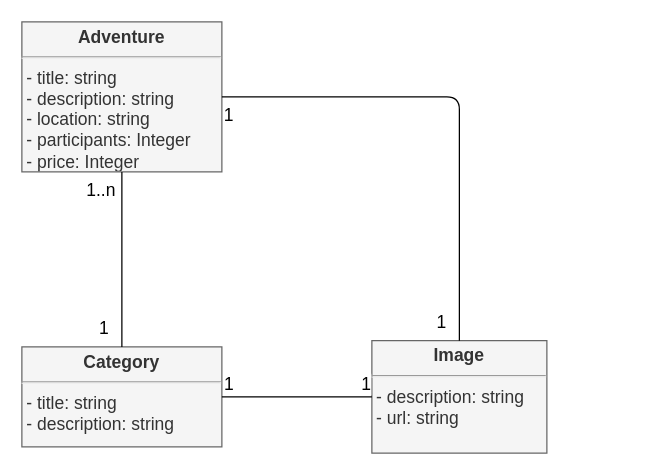
Ketut38/P9-wild-adventures keeps this draw.io diagram as fonctionnel/ms-category-class-diagram.drawio. Above is the earlier version. Source tidied: cells renumbered, new cells numbered last; positions are measured from the earlier drawing's top-left corner, leaving out a move shared by most shapes. Both pictures are drawn from the tidied source at 125%, with x=0, y=0 at pixel (21, 21).
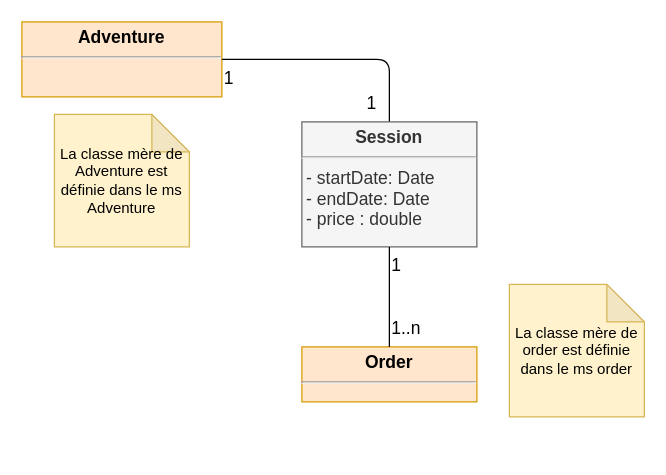
The same diagram, later.

The edit, as a diff of the source:
```diff
@@
 <mxGraphModel>
   <root>
     <mxCell id="0" />
     <mxCell id="1" parent="0" />
-    <mxCell id="2" value="&lt;p style=&quot;margin: 4px 0px 0px ; text-align: center ; font-size: 14px&quot;&gt;&lt;b style=&quot;font-size: 14px&quot;&gt;&lt;font style=&quot;font-size: 14px&quot;&gt;Category&lt;/font&gt;&lt;/b&gt;&lt;/p&gt;&lt;hr style=&quot;font-size: 14px&quot;&gt;&lt;p style=&quot;margin: 0px 0px 0px 4px ; font-size: 14px&quot;&gt;&lt;span style=&quot;font-size: 14px&quot;&gt;- title: string&lt;/span&gt;&lt;br style=&quot;font-size: 14px&quot;&gt;&lt;/p&gt;&lt;p style=&quot;margin: 0px 0px 0px 4px ; font-size: 14px&quot;&gt;&lt;font style=&quot;font-size: 14px&quot;&gt;- description: string&lt;br style=&quot;font-size: 14px&quot;&gt;&lt;/font&gt;&lt;/p&gt;&lt;p style=&quot;margin: 0px 0px 0px 4px ; font-size: 14px&quot;&gt;&lt;br&gt;&lt;/p&gt;" style="verticalAlign=top;align=left;overflow=fill;fontSize=14;fontFamily=Helvetica;html=1;fillColor=#f5f5f5;strokeColor=#666666;fontColor=#333333;" parent="1" vertex="1">
-      <mxGeometry y="260" width="160" height="80" as="geometry" />
-    </mxCell>
-    <mxCell id="3" value="&lt;p style=&quot;margin: 4px 0px 0px ; text-align: center ; font-size: 14px&quot;&gt;&lt;b style=&quot;font-size: 14px&quot;&gt;&lt;font style=&quot;font-size: 14px&quot;&gt;Adventure&lt;/font&gt;&lt;/b&gt;&lt;/p&gt;&lt;hr style=&quot;font-size: 14px&quot;&gt;&lt;p style=&quot;margin: 0px 0px 0px 4px ; font-size: 14px&quot;&gt;&lt;span style=&quot;font-size: 14px&quot;&gt;- title: string&lt;/span&gt;&lt;br style=&quot;font-size: 14px&quot;&gt;&lt;/p&gt;&lt;p style=&quot;margin: 0px 0px 0px 4px ; font-size: 14px&quot;&gt;&lt;font style=&quot;font-size: 14px&quot;&gt;- description: string&lt;br style=&quot;font-size: 14px&quot;&gt;&lt;/font&gt;&lt;/p&gt;&lt;p style=&quot;margin: 0px 0px 0px 4px ; font-size: 14px&quot;&gt;&lt;font style=&quot;font-size: 14px&quot;&gt;- location: string&lt;/font&gt;&lt;/p&gt;&lt;p style=&quot;margin: 0px 0px 0px 4px ; font-size: 14px&quot;&gt;&lt;font style=&quot;font-size: 14px&quot;&gt;- participants: Integer&lt;br style=&quot;font-size: 14px&quot;&gt;&lt;/font&gt;&lt;/p&gt;&lt;p style=&quot;margin: 0px 0px 0px 4px ; font-size: 14px&quot;&gt;&lt;font style=&quot;font-size: 14px&quot;&gt;- price: Integer&lt;/font&gt;&lt;/p&gt;" style="verticalAlign=top;align=left;overflow=fill;fontSize=14;fontFamily=Helvetica;html=1;fillColor=#f5f5f5;strokeColor=#666666;fontColor=#333333;" parent="1" vertex="1">
-      <mxGeometry width="160" height="120" as="geometry" />
+    <mxCell id="3" value="&lt;p style=&quot;margin: 4px 0px 0px ; text-align: center ; font-size: 14px&quot;&gt;&lt;b style=&quot;font-size: 14px&quot;&gt;&lt;font style=&quot;font-size: 14px&quot;&gt;Adventure&lt;/font&gt;&lt;/b&gt;&lt;/p&gt;&lt;hr style=&quot;font-size: 14px&quot;&gt;&lt;p style=&quot;margin: 0px 0px 0px 4px ; font-size: 14px&quot;&gt;&lt;br&gt;&lt;/p&gt;" style="verticalAlign=top;align=left;overflow=fill;fontSize=14;fontFamily=Helvetica;html=1;fillColor=#ffe6cc;strokeColor=#d79b00;" parent="1" vertex="1">
+      <mxGeometry width="160" height="60" as="geometry" />
     </mxCell>
-    <mxCell id="4" style="endArrow=none;html=1;endSize=12;startArrow=none;startSize=14;startFill=0;edgeStyle=orthogonalEdgeStyle;exitX=0.5;exitY=1;exitDx=0;exitDy=0;endFill=0;fontSize=14;" parent="1" edge="1" source="3">
-      <mxGeometry y="-20" relative="1" as="geometry">
-        <mxPoint x="80" y="260" as="targetPoint" />
-      </mxGeometry>
-    </mxCell>
-    <mxCell id="5" value="1..n" style="html=1;align=left;verticalAlign=top;labelBackgroundColor=#ffffff;fontSize=14;" parent="4" vertex="1">
-      <mxGeometry x="-1" relative="1" as="geometry">
-        <mxPoint x="-30" as="offset" />
-      </mxGeometry>
-    </mxCell>
-    <mxCell id="6" value="1" style="html=1;align=right;verticalAlign=top;labelBackgroundColor=#ffffff;fontSize=14;" parent="4" vertex="1">
-      <mxGeometry x="1" relative="1" as="geometry">
-        <mxPoint x="-10" y="-30" as="offset" />
-      </mxGeometry>
-    </mxCell>
-    <mxCell id="7" value="&lt;p style=&quot;margin: 4px 0px 0px ; text-align: center ; font-size: 14px&quot;&gt;&lt;b style=&quot;font-size: 14px&quot;&gt;&lt;font style=&quot;font-size: 14px&quot;&gt;Image&lt;/font&gt;&lt;/b&gt;&lt;/p&gt;&lt;hr style=&quot;font-size: 14px&quot;&gt;&lt;p style=&quot;margin: 0px 0px 0px 4px ; font-size: 14px&quot;&gt;&lt;/p&gt;&lt;span style=&quot;font-size: 14px&quot;&gt;&amp;nbsp;- description: string&lt;br style=&quot;font-size: 14px&quot;&gt;&amp;nbsp;- url: string&lt;br&gt;&lt;br&gt;&lt;br style=&quot;font-size: 14px&quot;&gt;&lt;/span&gt;" style="verticalAlign=top;align=left;overflow=fill;fontSize=14;fontFamily=Helvetica;html=1;fillColor=#f5f5f5;strokeColor=#666666;fontColor=#333333;" parent="1" vertex="1">
-      <mxGeometry x="280" y="255" width="140" height="90" as="geometry" />
-    </mxCell>
-    <mxCell id="8" style="endArrow=none;html=1;endSize=12;startArrow=none;startSize=14;startFill=0;edgeStyle=orthogonalEdgeStyle;endFill=0;fontSize=14;entryX=1;entryY=0.5;entryDx=0;entryDy=0;" parent="1" edge="1" source="7" target="2">
-      <mxGeometry y="-20" relative="1" as="geometry" />
-    </mxCell>
-    <mxCell id="9" value="1" style="html=1;align=left;verticalAlign=top;labelBackgroundColor=#ffffff;fontSize=14;" parent="8" vertex="1">
-      <mxGeometry x="-1" relative="1" as="geometry">
-        <mxPoint x="-10" y="-25" as="offset" />
-      </mxGeometry>
-    </mxCell>
-    <mxCell id="10" value="1" style="html=1;align=right;verticalAlign=top;labelBackgroundColor=#ffffff;fontSize=14;" parent="8" vertex="1">
-      <mxGeometry x="1" relative="1" as="geometry">
-        <mxPoint x="10" y="-25" as="offset" />
-      </mxGeometry>
-    </mxCell>
-    <mxCell id="11" style="endArrow=none;html=1;endSize=12;startArrow=none;startSize=14;startFill=0;edgeStyle=orthogonalEdgeStyle;exitX=1;exitY=0.5;exitDx=0;exitDy=0;endFill=0;fontSize=14;" parent="1" edge="1" source="3" target="7">
+    <mxCell id="11" style="endArrow=none;html=1;endSize=12;startArrow=none;startSize=14;startFill=0;edgeStyle=orthogonalEdgeStyle;exitX=1;exitY=0.5;exitDx=0;exitDy=0;endFill=0;fontSize=14;entryX=0.5;entryY=0;entryDx=0;entryDy=0;" parent="1" edge="1" source="3" target="14">
       <mxGeometry y="-20" relative="1" as="geometry" />
     </mxCell>
     <mxCell id="12" value="1" style="html=1;align=left;verticalAlign=top;labelBackgroundColor=#ffffff;fontSize=14;" parent="11" vertex="1">
       <mxGeometry x="-1" relative="1" as="geometry" />
     </mxCell>
     <mxCell id="13" value="1" style="html=1;align=right;verticalAlign=top;labelBackgroundColor=#ffffff;fontSize=14;" parent="11" vertex="1">
       <mxGeometry x="1" relative="1" as="geometry">
         <mxPoint x="-10" y="-30" as="offset" />
       </mxGeometry>
     </mxCell>
+    <mxCell id="14" value="&lt;p style=&quot;margin: 4px 0px 0px ; text-align: center ; font-size: 14px&quot;&gt;&lt;b style=&quot;font-size: 14px&quot;&gt;&lt;font style=&quot;font-size: 14px&quot;&gt;Session&lt;/font&gt;&lt;/b&gt;&lt;/p&gt;&lt;hr style=&quot;font-size: 14px&quot;&gt;&lt;p style=&quot;margin: 0px 0px 0px 4px ; font-size: 14px&quot;&gt;&lt;/p&gt;&lt;span style=&quot;font-size: 14px&quot;&gt;&amp;nbsp;- startDate: Date&lt;br style=&quot;font-size: 14px&quot;&gt;&amp;nbsp;- endDate: Date&lt;br&gt;&amp;nbsp;- price : double&lt;br&gt;&lt;br style=&quot;font-size: 14px&quot;&gt;&lt;/span&gt;" style="verticalAlign=top;align=left;overflow=fill;fontSize=14;fontFamily=Helvetica;html=1;fillColor=#f5f5f5;strokeColor=#666666;fontColor=#333333;" parent="1" vertex="1">
+      <mxGeometry x="224" y="80" width="140" height="100" as="geometry" />
+    </mxCell>
+    <mxCell id="15" value="La classe mère de Adventure est définie dans le ms Adventure" style="shape=note;whiteSpace=wrap;html=1;backgroundOutline=1;darkOpacity=0.05;fillColor=#fff2cc;strokeColor=#d6b656;" parent="1" vertex="1">
+      <mxGeometry x="26" y="74" width="108" height="106" as="geometry" />
+    </mxCell>
+    <mxCell id="16" value="&lt;p style=&quot;margin: 4px 0px 0px ; text-align: center ; font-size: 14px&quot;&gt;&lt;b style=&quot;font-size: 14px&quot;&gt;&lt;font style=&quot;font-size: 14px&quot;&gt;Order&lt;/font&gt;&lt;/b&gt;&lt;/p&gt;&lt;hr style=&quot;font-size: 14px&quot;&gt;&lt;p style=&quot;margin: 0px 0px 0px 4px ; font-size: 14px&quot;&gt;&lt;/p&gt;&lt;span style=&quot;font-size: 14px&quot;&gt;&amp;nbsp;&lt;br style=&quot;font-size: 14px&quot;&gt;&lt;/span&gt;" style="verticalAlign=top;align=left;overflow=fill;fontSize=14;fontFamily=Helvetica;html=1;fillColor=#ffe6cc;strokeColor=#d79b00;" parent="1" vertex="1">
+      <mxGeometry x="224" y="260" width="140" height="44" as="geometry" />
+    </mxCell>
+    <mxCell id="17" value="La classe mère de order est définie dans le ms order" style="shape=note;whiteSpace=wrap;html=1;backgroundOutline=1;darkOpacity=0.05;fillColor=#fff2cc;strokeColor=#d6b656;" parent="1" vertex="1">
+      <mxGeometry x="390" y="210" width="108" height="106" as="geometry" />
+    </mxCell>
+    <mxCell id="18" style="endArrow=none;html=1;endSize=12;startArrow=none;startSize=14;startFill=0;edgeStyle=orthogonalEdgeStyle;exitX=0.5;exitY=1;exitDx=0;exitDy=0;endFill=0;fontSize=14;entryX=0.5;entryY=0;entryDx=0;entryDy=0;" parent="1" edge="1" source="14" target="16">
+      <mxGeometry y="-20" relative="1" as="geometry" />
+    </mxCell>
+    <mxCell id="9" value="1" style="html=1;align=left;verticalAlign=top;labelBackgroundColor=#ffffff;fontSize=14;" parent="18" vertex="1">
+      <mxGeometry x="-1" relative="1" as="geometry" />
+    </mxCell>
+    <mxCell id="19" style="html=1;align=right;verticalAlign=top;labelBackgroundColor=#ffffff;fontSize=14;" parent="18" vertex="1">
+      <mxGeometry x="1" relative="1" as="geometry">
+        <mxPoint x="-10" y="-30" as="offset" />
+      </mxGeometry>
+    </mxCell>
+    <mxCell id="5" value="1..n" style="html=1;align=left;verticalAlign=top;labelBackgroundColor=#ffffff;fontSize=14;" parent="1" vertex="1">
+      <mxGeometry x="294" y="230" as="geometry" />
+    </mxCell>
   </root>
 </mxGraphModel>
```
